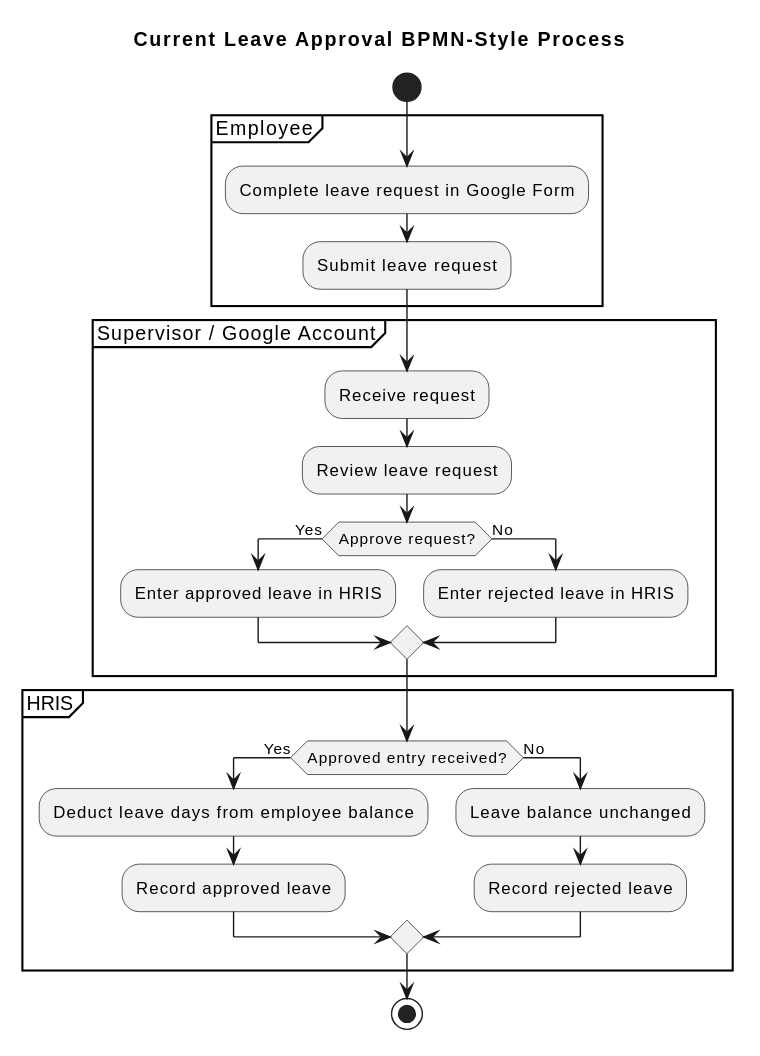
Earlier version of the PlantUML export docs/diagrams/current_leave_approval_bpmn.svg (jjurencastro/leavesync). Its diagram source:
```plantuml
@startuml
!pragma layout smetana
 title Current Leave Approval BPMN-Style Process

start
partition "Employee" {
  :Complete leave request in Google Form;
  :Submit leave request;
}

partition "Supervisor / Google Account" {
  :Receive request;
  :Review leave request;
  if (Approve request?) then (Yes)
    :Enter approved leave in HRIS;
  else (No)
    :Enter rejected leave in HRIS;
  endif
}

partition "HRIS" {
  if (Approved entry received?) then (Yes)
    :Deduct leave days from employee balance;
    :Record approved leave;
  else (No)
    :Leave balance unchanged;
    :Record rejected leave;
  endif
}
stop
@enduml
```
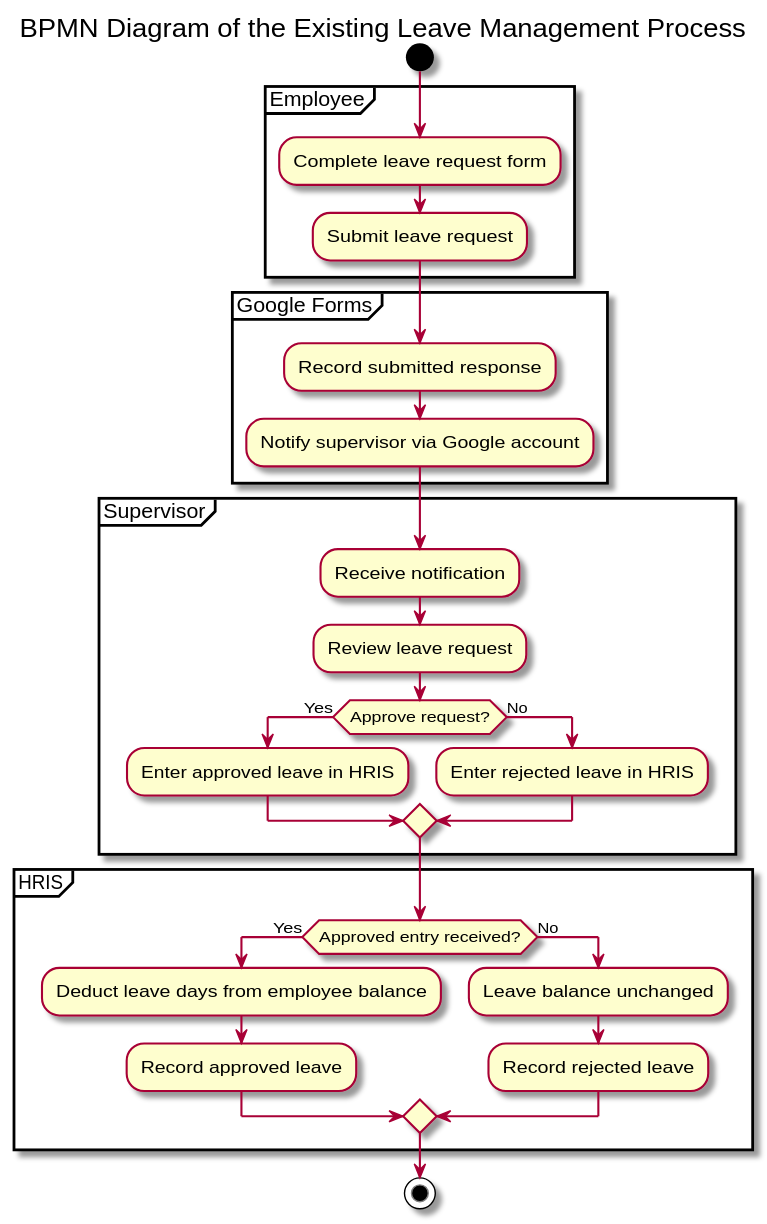
The same file after the commit.

What changed in the source:
```diff
@@ -1,15 +1,20 @@
 @startuml
 !pragma layout smetana
- title Current Leave Approval BPMN-Style Process
+title BPMN Diagram of the Existing Leave Management Process
 
 start
 partition "Employee" {
-  :Complete leave request in Google Form;
+  :Complete leave request form;
   :Submit leave request;
 }
 
-partition "Supervisor / Google Account" {
-  :Receive request;
+partition "Google Forms" {
+  :Record submitted response;
+  :Notify supervisor via Google account;
+}
+
+partition "Supervisor" {
+  :Receive notification;
   :Review leave request;
   if (Approve request?) then (Yes)
     :Enter approved leave in HRIS;
```
